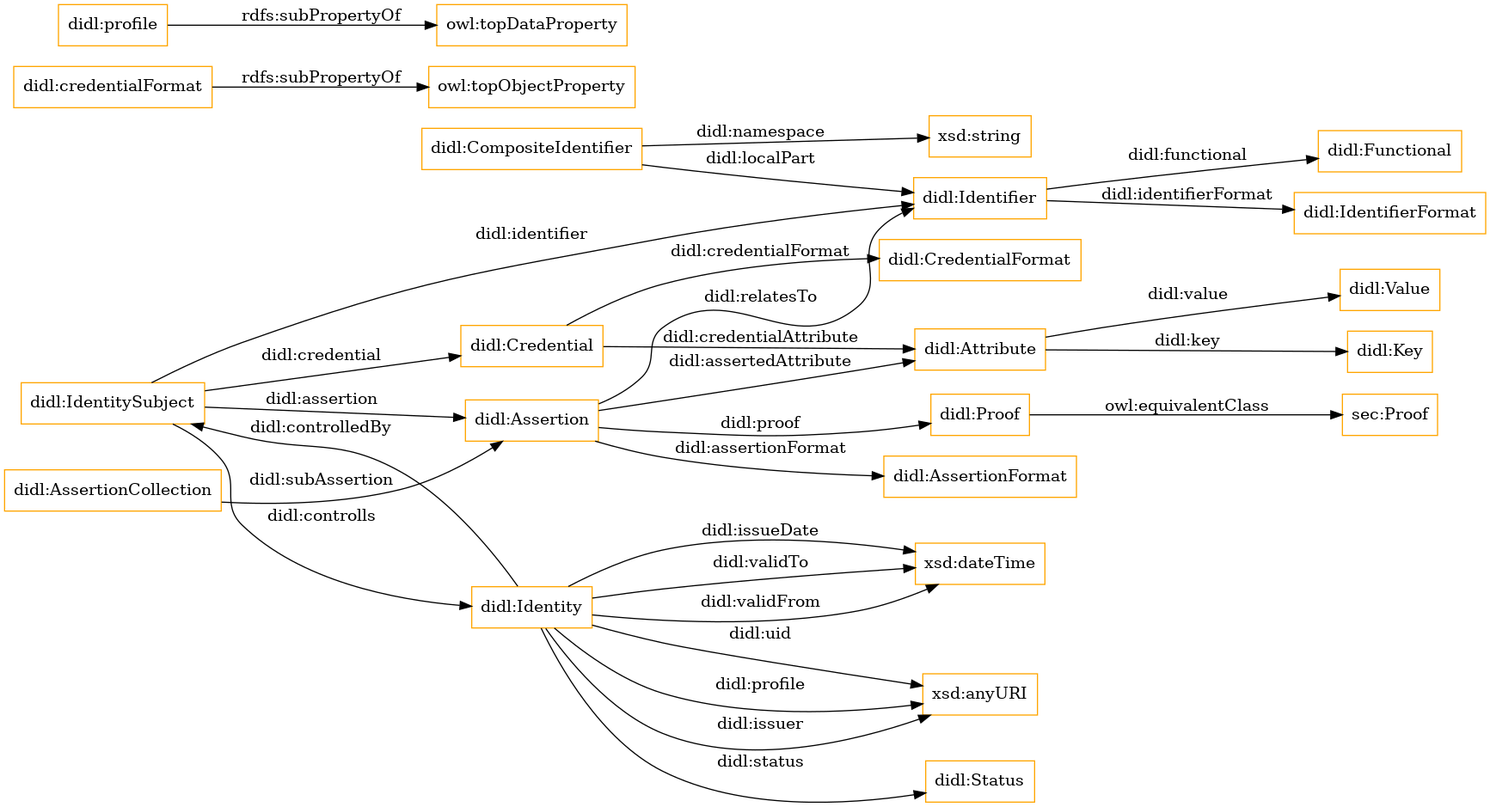
Earlier version of the Graphviz export OnToology/didl.ttl/diagrams/ar2dtool-class/didl.ttl.png (jiahang-chen/didl). Its source is kept beside it as OnToology/didl.ttl/diagrams/ar2dtool-class/didl.ttl.png.dot.
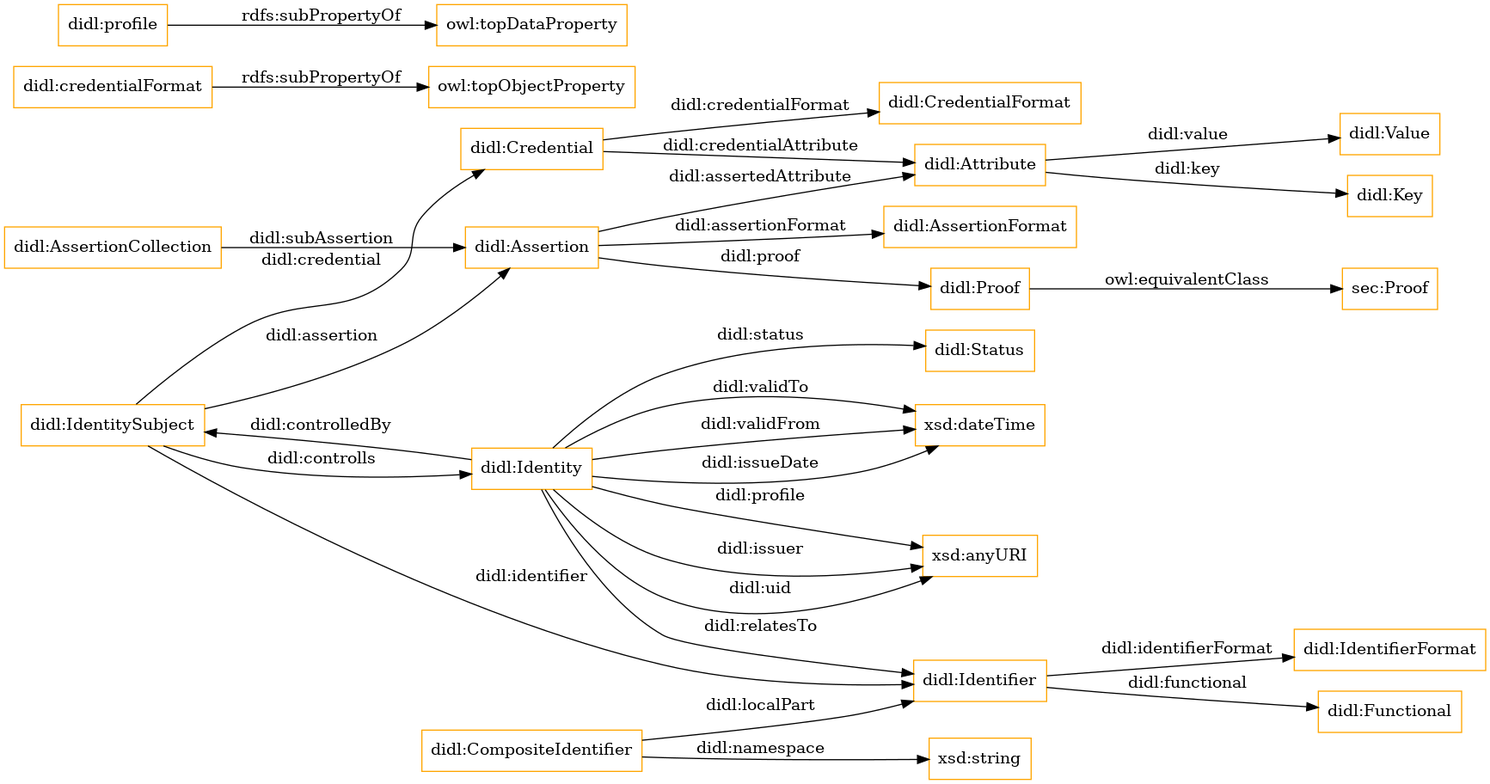
The same file after the commit.

Diff of the diagram source:
```diff
@@ -11,7 +11,7 @@
 	"didl:Identity" -> "didl:Status" [ label = "didl:status" ];
 	"didl:Attribute" -> "didl:Value" [ label = "didl:value" ];
 	"didl:IdentitySubject" -> "didl:Identifier" [ label = "didl:identifier" ];
-	"didl:Assertion" -> "didl:Identifier" [ label = "didl:relatesTo" ];
+	"didl:Identity" -> "didl:Identifier" [ label = "didl:relatesTo" ];
 	"didl:Attribute" -> "didl:Key" [ label = "didl:key" ];
 	"didl:CompositeIdentifier" -> "xsd:string" [ label = "didl:namespace" ];
 	"didl:Identity" -> "xsd:anyURI" [ label = "didl:profile" ];
```
